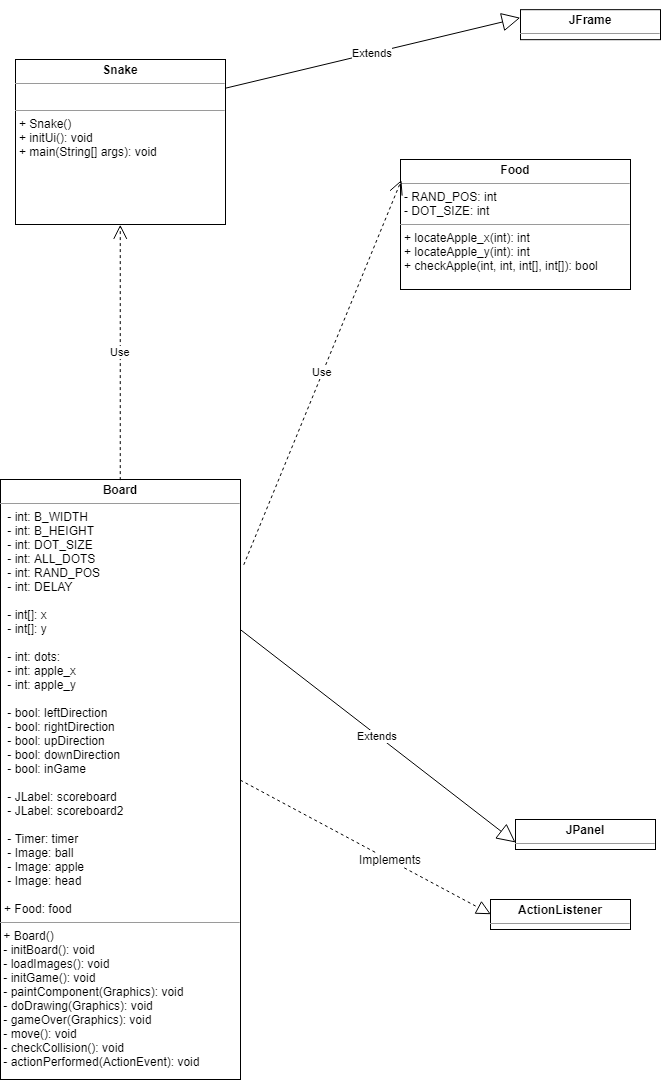
This is Snake/Schematic/Snake_Java.png from abdarum/Java, a draw.io export, as it was before one commit. Source tidied: cells renumbered, new cells last; positions are measured from the earlier drawing's top-left corner, leaving out a move shared by most shapes.
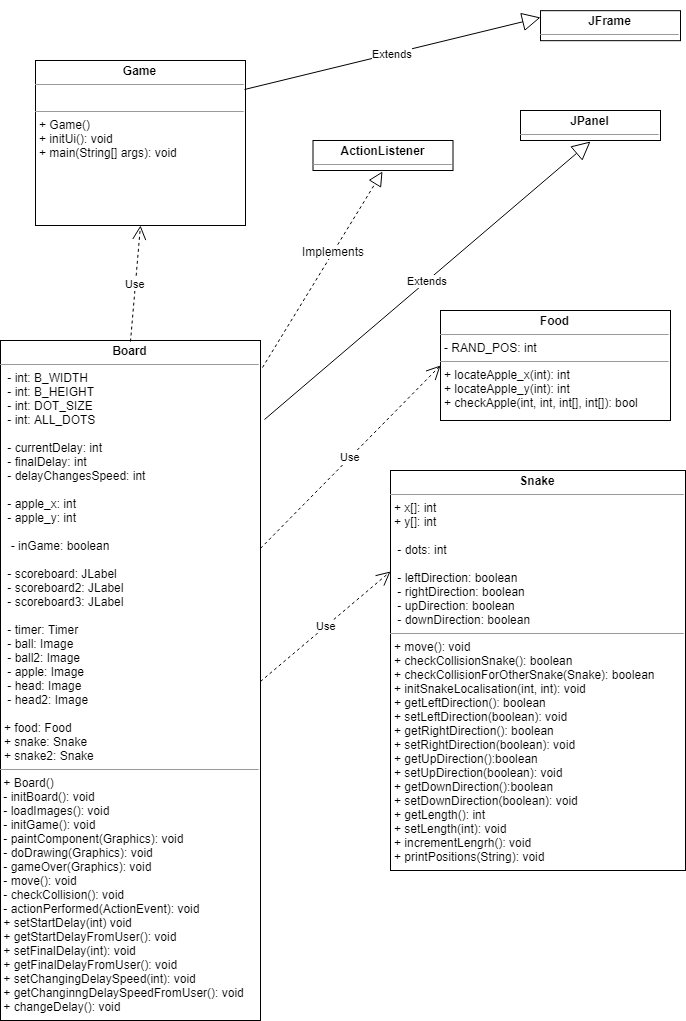
The same file after the commit.

What changed in the source:
```diff
@@ -2,32 +2,32 @@
   <root>
     <mxCell id="0" />
     <mxCell id="1" parent="0" />
-    <mxCell id="2" value="&lt;p style=&quot;margin: 0px ; margin-top: 4px ; text-align: center&quot;&gt;&lt;b&gt;Snake&lt;/b&gt;&lt;/p&gt;&lt;hr size=&quot;1&quot;&gt;&lt;p style=&quot;margin: 0px ; margin-left: 4px&quot;&gt;&lt;br&gt;&lt;/p&gt;&lt;hr size=&quot;1&quot;&gt;&lt;p style=&quot;margin: 0px ; margin-left: 4px&quot;&gt;+ Snake()&lt;/p&gt;&lt;p style=&quot;margin: 0px ; margin-left: 4px&quot;&gt;+ initUi(): void&lt;/p&gt;&lt;p style=&quot;margin: 0px ; margin-left: 4px&quot;&gt;+ main(String[] args): void&lt;/p&gt;" style="verticalAlign=top;align=left;overflow=fill;fontSize=12;fontFamily=Helvetica;html=1;" parent="1" vertex="1">
+    <mxCell id="2" value="&lt;p style=&quot;margin: 0px ; margin-top: 4px ; text-align: center&quot;&gt;&lt;b&gt;Game&lt;/b&gt;&lt;/p&gt;&lt;hr size=&quot;1&quot;&gt;&lt;p style=&quot;margin: 0px ; margin-left: 4px&quot;&gt;&lt;br&gt;&lt;/p&gt;&lt;hr size=&quot;1&quot;&gt;&lt;p style=&quot;margin: 0px ; margin-left: 4px&quot;&gt;+ Game()&lt;/p&gt;&lt;p style=&quot;margin: 0px ; margin-left: 4px&quot;&gt;+ initUi(): void&lt;/p&gt;&lt;p style=&quot;margin: 0px ; margin-left: 4px&quot;&gt;+ main(String[] args): void&lt;/p&gt;" style="verticalAlign=top;align=left;overflow=fill;fontSize=12;fontFamily=Helvetica;html=1;" parent="1" vertex="1">
       <mxGeometry x="15" y="50" width="210" height="165" as="geometry" />
     </mxCell>
-    <mxCell id="3" value="&lt;p style=&quot;margin: 0px ; margin-top: 4px ; text-align: center&quot;&gt;&lt;b&gt;Board&lt;/b&gt;&lt;/p&gt;&lt;hr size=&quot;1&quot;&gt;&lt;p style=&quot;margin: 0px ; margin-left: 4px&quot;&gt;&lt;span&gt;&amp;nbsp;- int: B_WIDTH&lt;/span&gt;&lt;br&gt;&lt;/p&gt;&lt;p style=&quot;margin: 0px ; margin-left: 4px&quot;&gt;&amp;nbsp;- int: B_HEIGHT&lt;/p&gt;&lt;p style=&quot;margin: 0px ; margin-left: 4px&quot;&gt;&amp;nbsp;- int: DOT_SIZE&lt;/p&gt;&lt;p style=&quot;margin: 0px ; margin-left: 4px&quot;&gt;&amp;nbsp;- int: ALL_DOTS&lt;/p&gt;&lt;p style=&quot;margin: 0px ; margin-left: 4px&quot;&gt;&amp;nbsp;- int: RAND_POS&lt;/p&gt;&lt;p style=&quot;margin: 0px ; margin-left: 4px&quot;&gt;&amp;nbsp;- int: DELAY&lt;/p&gt;&lt;p style=&quot;margin: 0px ; margin-left: 4px&quot;&gt;&lt;br&gt;&lt;/p&gt;&lt;p style=&quot;margin: 0px ; margin-left: 4px&quot;&gt;&amp;nbsp;- int[]: x&lt;/p&gt;&lt;p style=&quot;margin: 0px ; margin-left: 4px&quot;&gt;&amp;nbsp;- int[]: y&lt;/p&gt;&lt;p style=&quot;margin: 0px ; margin-left: 4px&quot;&gt;&lt;br&gt;&lt;/p&gt;&lt;p style=&quot;margin: 0px ; margin-left: 4px&quot;&gt;&amp;nbsp;- int: dots:&lt;/p&gt;&lt;p style=&quot;margin: 0px ; margin-left: 4px&quot;&gt;&amp;nbsp;- int: apple_x&lt;/p&gt;&lt;p style=&quot;margin: 0px ; margin-left: 4px&quot;&gt;&amp;nbsp;- int: apple_y&lt;/p&gt;&lt;p style=&quot;margin: 0px ; margin-left: 4px&quot;&gt;&lt;br&gt;&lt;/p&gt;&lt;p style=&quot;margin: 0px ; margin-left: 4px&quot;&gt;&amp;nbsp;- bool: leftDirection&lt;/p&gt;&lt;p style=&quot;margin: 0px ; margin-left: 4px&quot;&gt;&amp;nbsp;- bool: rightDirection&lt;/p&gt;&lt;p style=&quot;margin: 0px ; margin-left: 4px&quot;&gt;&amp;nbsp;- bool: upDirection&lt;/p&gt;&lt;p style=&quot;margin: 0px ; margin-left: 4px&quot;&gt;&amp;nbsp;- bool: downDirection&lt;/p&gt;&lt;p style=&quot;margin: 0px ; margin-left: 4px&quot;&gt;&amp;nbsp;- bool: inGame&lt;/p&gt;&lt;p style=&quot;margin: 0px ; margin-left: 4px&quot;&gt;&lt;br&gt;&lt;/p&gt;&lt;p style=&quot;margin: 0px ; margin-left: 4px&quot;&gt;&amp;nbsp;- JLabel: scoreboard&lt;/p&gt;&lt;p style=&quot;margin: 0px ; margin-left: 4px&quot;&gt;&amp;nbsp;- JLabel: scoreboard2&lt;/p&gt;&lt;p style=&quot;margin: 0px ; margin-left: 4px&quot;&gt;&lt;br&gt;&lt;/p&gt;&lt;p style=&quot;margin: 0px ; margin-left: 4px&quot;&gt;&amp;nbsp;- Timer: timer&lt;/p&gt;&lt;p style=&quot;margin: 0px ; margin-left: 4px&quot;&gt;&amp;nbsp;- Image: ball&lt;/p&gt;&lt;p style=&quot;margin: 0px ; margin-left: 4px&quot;&gt;&amp;nbsp;- Image: apple&lt;/p&gt;&lt;p style=&quot;margin: 0px ; margin-left: 4px&quot;&gt;&amp;nbsp;- Image: head&lt;/p&gt;&lt;p style=&quot;margin: 0px ; margin-left: 4px&quot;&gt;&lt;br&gt;&lt;/p&gt;&lt;p style=&quot;margin: 0px ; margin-left: 4px&quot;&gt;+ Food: food&lt;/p&gt;&lt;hr size=&quot;1&quot;&gt;&amp;nbsp;+ Board()&lt;br&gt;&amp;nbsp;- initBoard(): void&lt;br&gt;&amp;nbsp;- loadImages(): void&lt;br&gt;&amp;nbsp;- initGame(): void&lt;br&gt;&amp;nbsp;- paintComponent(Graphics): void&lt;br&gt;&amp;nbsp;- doDrawing(Graphics): void&lt;br&gt;&amp;nbsp;- gameOver(Graphics): void&lt;br&gt;&amp;nbsp;- move(): void&lt;br&gt;&amp;nbsp;- checkCollision(): void&lt;br&gt;&amp;nbsp;- actionPerformed(ActionEvent): void&lt;br&gt;&lt;br&gt;" style="verticalAlign=top;align=left;overflow=fill;fontSize=12;fontFamily=Helvetica;html=1;" parent="1" vertex="1">
-      <mxGeometry y="470" width="240" height="600" as="geometry" />
+    <mxCell id="3" value="&lt;p style=&quot;margin: 0px ; margin-top: 4px ; text-align: center&quot;&gt;&lt;b&gt;Board&lt;/b&gt;&lt;/p&gt;&lt;hr size=&quot;1&quot;&gt;&lt;p style=&quot;margin: 0px ; margin-left: 4px&quot;&gt;&lt;span&gt;&amp;nbsp;- int: B_WIDTH&lt;/span&gt;&lt;br&gt;&lt;/p&gt;&lt;p style=&quot;margin: 0px ; margin-left: 4px&quot;&gt;&amp;nbsp;- int: B_HEIGHT&lt;/p&gt;&lt;p style=&quot;margin: 0px ; margin-left: 4px&quot;&gt;&amp;nbsp;- int: DOT_SIZE&lt;/p&gt;&lt;p style=&quot;margin: 0px ; margin-left: 4px&quot;&gt;&amp;nbsp;- int: ALL_DOTS&lt;/p&gt;&lt;p style=&quot;margin: 0px ; margin-left: 4px&quot;&gt;&lt;br&gt;&lt;/p&gt;&lt;p style=&quot;margin: 0px ; margin-left: 4px&quot;&gt;&amp;nbsp;- currentDelay: int&lt;/p&gt;&lt;p style=&quot;margin: 0px ; margin-left: 4px&quot;&gt;&amp;nbsp;- finalDelay: int&lt;/p&gt;&lt;p style=&quot;margin: 0px ; margin-left: 4px&quot;&gt;&amp;nbsp;- delayChangesSpeed: int&lt;/p&gt;&lt;p style=&quot;margin: 0px ; margin-left: 4px&quot;&gt;&amp;nbsp;&lt;/p&gt;&lt;p style=&quot;margin: 0px ; margin-left: 4px&quot;&gt;&lt;span&gt;&amp;nbsp;- apple_x: int&lt;/span&gt;&lt;/p&gt;&lt;p style=&quot;margin: 0px ; margin-left: 4px&quot;&gt;&amp;nbsp;- apple_y: int&lt;/p&gt;&lt;p style=&quot;margin: 0px ; margin-left: 4px&quot;&gt;&lt;br&gt;&lt;/p&gt;&lt;p style=&quot;margin: 0px ; margin-left: 4px&quot;&gt;&amp;nbsp;&amp;nbsp;&lt;span&gt;- inGame: boolean&lt;/span&gt;&lt;/p&gt;&lt;p style=&quot;margin: 0px ; margin-left: 4px&quot;&gt;&lt;br&gt;&lt;/p&gt;&lt;p style=&quot;margin: 0px ; margin-left: 4px&quot;&gt;&amp;nbsp;- scoreboard: JLabel&lt;/p&gt;&lt;p style=&quot;margin: 0px ; margin-left: 4px&quot;&gt;&amp;nbsp;- scoreboard2: JLabel&lt;/p&gt;&lt;p style=&quot;margin: 0px ; margin-left: 4px&quot;&gt;&amp;nbsp;- scoreboard3: JLabel&lt;/p&gt;&lt;p style=&quot;margin: 0px ; margin-left: 4px&quot;&gt;&lt;br&gt;&lt;/p&gt;&lt;p style=&quot;margin: 0px ; margin-left: 4px&quot;&gt;&amp;nbsp;- timer: Timer&lt;/p&gt;&lt;p style=&quot;margin: 0px ; margin-left: 4px&quot;&gt;&amp;nbsp;- ball: Image&lt;/p&gt;&lt;p style=&quot;margin: 0px ; margin-left: 4px&quot;&gt;&amp;nbsp;- ball2: Image&lt;/p&gt;&lt;p style=&quot;margin: 0px ; margin-left: 4px&quot;&gt;&amp;nbsp;- apple: Image&lt;/p&gt;&lt;p style=&quot;margin: 0px ; margin-left: 4px&quot;&gt;&amp;nbsp;- head: Image&lt;/p&gt;&lt;p style=&quot;margin: 0px ; margin-left: 4px&quot;&gt;&amp;nbsp;- head2: Image&lt;/p&gt;&lt;p style=&quot;margin: 0px ; margin-left: 4px&quot;&gt;&lt;br&gt;&lt;/p&gt;&lt;p style=&quot;margin: 0px ; margin-left: 4px&quot;&gt;+ food: Food&lt;/p&gt;&lt;p style=&quot;margin: 0px ; margin-left: 4px&quot;&gt;+ snake: Snake&lt;/p&gt;&lt;p style=&quot;margin: 0px ; margin-left: 4px&quot;&gt;+ snake2: Snake&lt;/p&gt;&lt;hr size=&quot;1&quot;&gt;&amp;nbsp;+ Board()&lt;br&gt;&amp;nbsp;- initBoard(): void&lt;br&gt;&amp;nbsp;- loadImages(): void&lt;br&gt;&amp;nbsp;- initGame(): void&lt;br&gt;&amp;nbsp;- paintComponent(Graphics): void&lt;br&gt;&amp;nbsp;- doDrawing(Graphics): void&lt;br&gt;&amp;nbsp;- gameOver(Graphics): void&lt;br&gt;&amp;nbsp;- move(): void&lt;br&gt;&amp;nbsp;- checkCollision(): void&lt;br&gt;&amp;nbsp;- actionPerformed(ActionEvent): void&lt;br&gt;&amp;nbsp;+ setStartDelay(int) void&lt;br&gt;&amp;nbsp;+ getStartDelayFromUser(): void&lt;br&gt;&amp;nbsp;+ setFinalDelay(int): void&lt;br&gt;&amp;nbsp;+ getFinalDelayFromUser(): void&lt;br&gt;&amp;nbsp;+ setChangingDelaySpeed(int): void&lt;br&gt;&amp;nbsp;+ getChanginngDelaySpeedFromUser(): void&lt;br&gt;&amp;nbsp;+ changeDelay(): void&lt;br&gt;&lt;br&gt;&lt;br&gt;" style="verticalAlign=top;align=left;overflow=fill;fontSize=12;fontFamily=Helvetica;html=1;" parent="1" vertex="1">
+      <mxGeometry x="-20" y="330" width="260" height="680" as="geometry" />
     </mxCell>
     <mxCell id="4" value="&lt;p style=&quot;margin: 0px ; margin-top: 4px ; text-align: center&quot;&gt;&lt;b&gt;JPanel&lt;/b&gt;&lt;/p&gt;&lt;hr size=&quot;1&quot;&gt;&lt;div style=&quot;height: 2px&quot;&gt;&lt;/div&gt;" style="verticalAlign=top;align=left;overflow=fill;fontSize=12;fontFamily=Helvetica;html=1;" parent="1" vertex="1">
-      <mxGeometry x="515" y="810" width="140" height="30" as="geometry" />
+      <mxGeometry x="500" y="100" width="140" height="30" as="geometry" />
     </mxCell>
-    <mxCell id="5" value="Extends" style="endArrow=block;endSize=16;endFill=0;html=1;entryX=0;entryY=0.75;entryDx=0;entryDy=0;exitX=1;exitY=0.25;exitDx=0;exitDy=0;" parent="1" edge="1" source="3" target="4">
+    <mxCell id="5" value="Extends" style="endArrow=block;endSize=16;endFill=0;html=1;entryX=0.5;entryY=1;entryDx=0;entryDy=0;exitX=1.012;exitY=0.116;exitDx=0;exitDy=0;exitPerimeter=0;" parent="1" edge="1" source="3" target="4">
       <mxGeometry relative="1" as="geometry" />
     </mxCell>
-    <mxCell id="6" value="&lt;p style=&quot;margin: 0px ; margin-top: 4px ; text-align: center&quot;&gt;&lt;b&gt;Food&lt;/b&gt;&lt;/p&gt;&lt;hr size=&quot;1&quot;&gt;&lt;p style=&quot;margin: 0px ; margin-left: 4px&quot;&gt;- RAND_POS: int&lt;/p&gt;&lt;p style=&quot;margin: 0px ; margin-left: 4px&quot;&gt;- DOT_SIZE: int&lt;/p&gt;&lt;hr size=&quot;1&quot;&gt;&lt;p style=&quot;margin: 0px ; margin-left: 4px&quot;&gt;+ locateApple_x(int): int&lt;/p&gt;&lt;p style=&quot;margin: 0px ; margin-left: 4px&quot;&gt;+ locateApple_y(int): int&lt;/p&gt;&lt;p style=&quot;margin: 0px ; margin-left: 4px&quot;&gt;+ checkApple(int, int, int[], int[]): bool&lt;/p&gt;&lt;p style=&quot;margin: 0px ; margin-left: 4px&quot;&gt;&lt;br&gt;&lt;/p&gt;" style="verticalAlign=top;align=left;overflow=fill;fontSize=12;fontFamily=Helvetica;html=1;" parent="1" vertex="1">
-      <mxGeometry x="400" y="150" width="230" height="130" as="geometry" />
+    <mxCell id="6" value="&lt;p style=&quot;margin: 0px ; margin-top: 4px ; text-align: center&quot;&gt;&lt;b&gt;Food&lt;/b&gt;&lt;/p&gt;&lt;hr size=&quot;1&quot;&gt;&lt;p style=&quot;margin: 0px ; margin-left: 4px&quot;&gt;- RAND_POS: int&lt;/p&gt;&lt;hr size=&quot;1&quot;&gt;&lt;p style=&quot;margin: 0px ; margin-left: 4px&quot;&gt;+ locateApple_x(int): int&lt;/p&gt;&lt;p style=&quot;margin: 0px ; margin-left: 4px&quot;&gt;+ locateApple_y(int): int&lt;/p&gt;&lt;p style=&quot;margin: 0px ; margin-left: 4px&quot;&gt;+ checkApple(int, int, int[], int[]): bool&lt;/p&gt;&lt;p style=&quot;margin: 0px ; margin-left: 4px&quot;&gt;&lt;br&gt;&lt;/p&gt;" style="verticalAlign=top;align=left;overflow=fill;fontSize=12;fontFamily=Helvetica;html=1;" parent="1" vertex="1">
+      <mxGeometry x="420" y="300" width="230" height="110" as="geometry" />
     </mxCell>
-    <mxCell id="7" value="Use" style="endArrow=open;endSize=12;dashed=1;html=1;entryX=0.004;entryY=0.158;entryDx=0;entryDy=0;entryPerimeter=0;exitX=1.013;exitY=0.142;exitDx=0;exitDy=0;exitPerimeter=0;" parent="1" edge="1" source="3" target="6">
+    <mxCell id="7" value="Use" style="endArrow=open;endSize=12;dashed=1;html=1;entryX=0;entryY=0.5;entryDx=0;entryDy=0;" parent="1" edge="1" source="3" target="6">
       <mxGeometry relative="1" as="geometry" />
     </mxCell>
-    <mxCell id="8" style="endArrow=block;dashed=1;endFill=0;endSize=12;html=1;exitX=1;exitY=0.5;exitDx=0;exitDy=0;entryX=0;entryY=0.5;entryDx=0;entryDy=0;" parent="1" edge="1" source="3" target="10">
+    <mxCell id="8" style="endArrow=block;dashed=1;endFill=0;endSize=12;html=1;exitX=1.008;exitY=0.041;exitDx=0;exitDy=0;entryX=0.5;entryY=1;entryDx=0;entryDy=0;exitPerimeter=0;" parent="1" edge="1" source="3" target="10">
       <mxGeometry relative="1" as="geometry" />
     </mxCell>
     <mxCell id="9" value="Implements" style="text;html=1;align=center;verticalAlign=middle;labelBackgroundColor=#ffffff;" parent="8" vertex="1">
       <mxGeometry x="0.19" y="1" relative="1" as="geometry" />
     </mxCell>
     <mxCell id="10" value="&lt;p style=&quot;margin: 0px ; margin-top: 4px ; text-align: center&quot;&gt;&lt;b&gt;ActionListener&lt;/b&gt;&lt;/p&gt;&lt;hr size=&quot;1&quot;&gt;&lt;div style=&quot;height: 2px&quot;&gt;&lt;/div&gt;" style="verticalAlign=top;align=left;overflow=fill;fontSize=12;fontFamily=Helvetica;html=1;" parent="1" vertex="1">
-      <mxGeometry x="490" y="890" width="140" height="30" as="geometry" />
+      <mxGeometry x="292.5" y="130" width="140" height="30" as="geometry" />
     </mxCell>
     <mxCell id="11" value="&lt;p style=&quot;margin: 0px ; margin-top: 4px ; text-align: center&quot;&gt;&lt;b&gt;JFrame&lt;/b&gt;&lt;/p&gt;&lt;hr size=&quot;1&quot;&gt;&lt;div style=&quot;height: 2px&quot;&gt;&lt;/div&gt;" style="verticalAlign=top;align=left;overflow=fill;fontSize=12;fontFamily=Helvetica;html=1;" parent="1" vertex="1">
       <mxGeometry x="520" y="0.2" width="140" height="30" as="geometry" />
@@ -38,5 +38,11 @@
     <mxCell id="13" value="Use" style="endArrow=open;endSize=12;dashed=1;html=1;entryX=0.5;entryY=1;entryDx=0;entryDy=0;exitX=0.5;exitY=0;exitDx=0;exitDy=0;" parent="1" edge="1" source="3" target="2">
       <mxGeometry relative="1" as="geometry" />
     </mxCell>
+    <mxCell id="14" value="&lt;p style=&quot;margin: 0px ; margin-top: 4px ; text-align: center&quot;&gt;&lt;b&gt;Snake&lt;/b&gt;&lt;/p&gt;&lt;hr size=&quot;1&quot;&gt;&lt;p style=&quot;margin: 0px ; margin-left: 4px&quot;&gt;+ x[]: int&lt;/p&gt;&lt;p style=&quot;margin: 0px ; margin-left: 4px&quot;&gt;+ y[]: int&lt;/p&gt;&lt;p style=&quot;margin: 0px ; margin-left: 4px&quot;&gt;&lt;br&gt;&lt;/p&gt;&lt;p style=&quot;margin: 0px ; margin-left: 4px&quot;&gt;&amp;nbsp;- dots: int&lt;/p&gt;&lt;p style=&quot;margin: 0px ; margin-left: 4px&quot;&gt;&lt;br&gt;&lt;/p&gt;&lt;p style=&quot;margin: 0px ; margin-left: 4px&quot;&gt;&amp;nbsp;- leftDirection: boolean&lt;/p&gt;&lt;p style=&quot;margin: 0px ; margin-left: 4px&quot;&gt;&amp;nbsp;- rightDirection: boolean&lt;/p&gt;&lt;p style=&quot;margin: 0px ; margin-left: 4px&quot;&gt;&amp;nbsp;- upDirection: boolean&lt;/p&gt;&lt;p style=&quot;margin: 0px ; margin-left: 4px&quot;&gt;&amp;nbsp;- downDirection: boolean&lt;/p&gt;&lt;hr size=&quot;1&quot;&gt;&lt;p style=&quot;margin: 0px ; margin-left: 4px&quot;&gt;+ move(): void&lt;/p&gt;&lt;p style=&quot;margin: 0px ; margin-left: 4px&quot;&gt;+ checkCollisionSnake(): boolean&lt;/p&gt;&lt;p style=&quot;margin: 0px ; margin-left: 4px&quot;&gt;+ checkCollisionForOtherSnake(Snake): boolean&lt;/p&gt;&lt;p style=&quot;margin: 0px ; margin-left: 4px&quot;&gt;+ initSnakeLocalisation(int, int): void&lt;/p&gt;&lt;p style=&quot;margin: 0px ; margin-left: 4px&quot;&gt;+ getLeftDirection(): boolean&lt;/p&gt;&lt;p style=&quot;margin: 0px ; margin-left: 4px&quot;&gt;+ setLeftDirection(boolean): void&lt;/p&gt;&lt;p style=&quot;margin: 0px ; margin-left: 4px&quot;&gt;+ getRightDirection(): boolean&lt;/p&gt;&lt;p style=&quot;margin: 0px ; margin-left: 4px&quot;&gt;+ setRightDirection(boolean): void&lt;/p&gt;&lt;p style=&quot;margin: 0px ; margin-left: 4px&quot;&gt;+ getUpDirection():boolean&lt;/p&gt;&lt;p style=&quot;margin: 0px ; margin-left: 4px&quot;&gt;+ setUpDirection(boolean): void&lt;/p&gt;&lt;p style=&quot;margin: 0px ; margin-left: 4px&quot;&gt;+ getDownDirection():boolean&lt;/p&gt;&lt;p style=&quot;margin: 0px ; margin-left: 4px&quot;&gt;+ setDownDirection(boolean): void&lt;/p&gt;&lt;p style=&quot;margin: 0px ; margin-left: 4px&quot;&gt;+ getLength(): int&lt;/p&gt;&lt;p style=&quot;margin: 0px ; margin-left: 4px&quot;&gt;+ setLength(int): void&lt;/p&gt;&lt;p style=&quot;margin: 0px ; margin-left: 4px&quot;&gt;+ incrementLengrh(): void&lt;/p&gt;&lt;p style=&quot;margin: 0px ; margin-left: 4px&quot;&gt;+ printPositions(String): void&lt;/p&gt;&lt;p style=&quot;margin: 0px ; margin-left: 4px&quot;&gt;&lt;br&gt;&lt;/p&gt;&lt;p&gt;&lt;br&gt;&lt;/p&gt;" style="verticalAlign=top;align=left;overflow=fill;fontSize=12;fontFamily=Helvetica;html=1;" parent="1" vertex="1">
+      <mxGeometry x="370" y="460" width="295" height="400" as="geometry" />
+    </mxCell>
+    <mxCell id="15" value="Use" style="endArrow=open;endSize=12;dashed=1;html=1;entryX=0;entryY=0.25;entryDx=0;entryDy=0;exitX=1;exitY=0.5;exitDx=0;exitDy=0;" parent="1" edge="1" source="3" target="14">
+      <mxGeometry relative="1" as="geometry" />
+    </mxCell>
   </root>
 </mxGraphModel>
```
